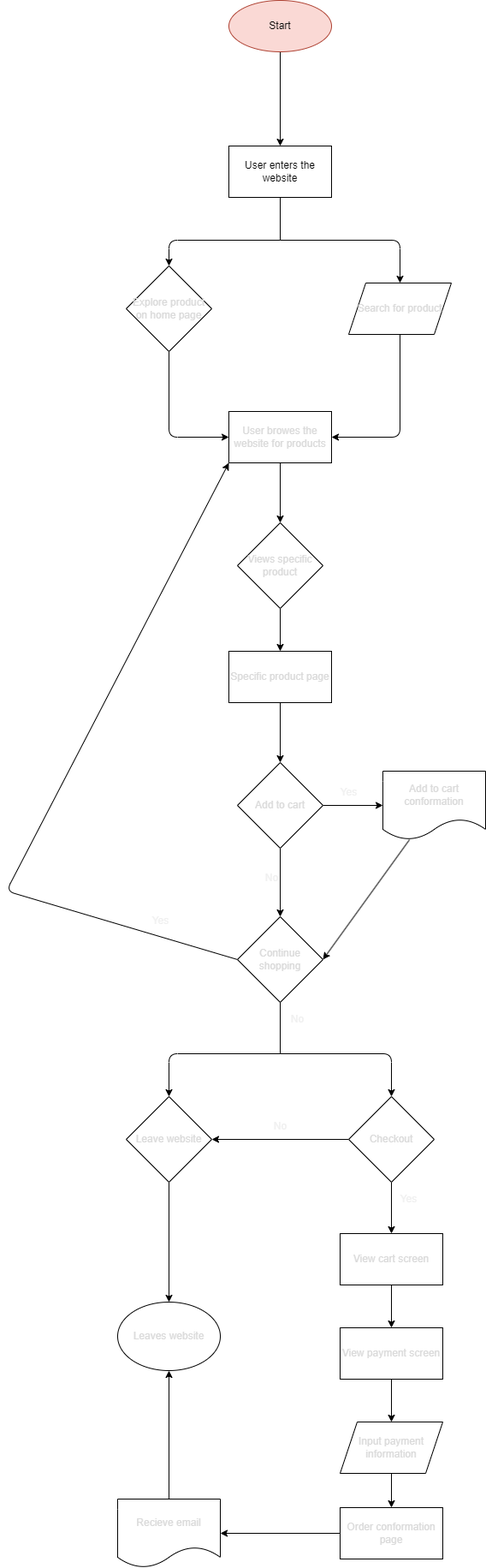
Above: explore/diagramming/diagram.drawio.png in BobbyYuuuu/sp24-cse110-lab4 (draw.io), before the change. Source tidied: cells renumbered, new cells last; positions are measured from the earlier drawing's top-left corner, leaving out a move shared by most shapes.
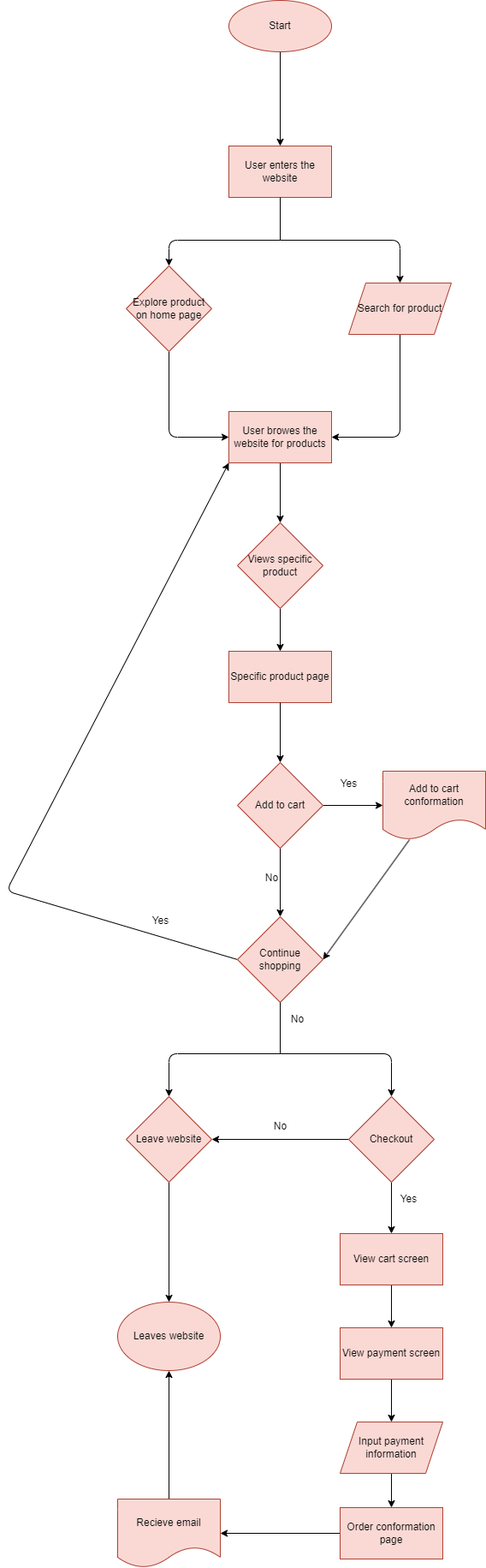
After the commit.

Change to the diagram source:
```diff
@@ -5,23 +5,23 @@
     <mxCell id="2" style="edgeStyle=none;html=1;entryX=0.5;entryY=0;entryDx=0;entryDy=0;fontColor=#080808;" parent="1" edge="1" source="3" target="4">
       <mxGeometry relative="1" as="geometry" />
     </mxCell>
-    <mxCell id="3" value="&lt;font&gt;Start&lt;/font&gt;" style="ellipse;whiteSpace=wrap;html=1;fillColor=#fad9d5;strokeColor=#ae4132;" parent="1" vertex="1">
+    <mxCell id="3" value="&lt;font&gt;Start&lt;/font&gt;" style="ellipse;whiteSpace=wrap;html=1;fillColor=#fad9d5;strokeColor=#ae4132;fontColor=#080808;" parent="1" vertex="1">
       <mxGeometry x="260" width="120" height="60" as="geometry" />
     </mxCell>
-    <mxCell id="4" value="User enters the website" style="rounded=0;whiteSpace=wrap;html=1;" parent="1" vertex="1">
+    <mxCell id="4" value="User enters the website" style="rounded=0;whiteSpace=wrap;html=1;fillColor=#fad9d5;strokeColor=#ae4132;fontColor=#080808;" parent="1" vertex="1">
       <mxGeometry x="260" y="170" width="120" height="60" as="geometry" />
     </mxCell>
-    <mxCell id="5" style="edgeStyle=none;html=1;entryX=0;entryY=0.5;entryDx=0;entryDy=0;fontColor=#DADADA;" parent="1" edge="1" source="6" target="13">
+    <mxCell id="5" style="edgeStyle=none;html=1;entryX=0;entryY=0.5;entryDx=0;entryDy=0;fontColor=#080808;" parent="1" edge="1" source="6" target="13">
       <mxGeometry relative="1" as="geometry">
         <Array as="points">
           <mxPoint x="190" y="510" />
         </Array>
       </mxGeometry>
     </mxCell>
-    <mxCell id="6" value="&lt;font color=&quot;#dadada&quot;&gt;Explore product on home page&lt;/font&gt;" style="rhombus;whiteSpace=wrap;html=1;fontColor=#080808;" parent="1" vertex="1">
+    <mxCell id="6" value="&lt;font&gt;Explore product on home page&lt;/font&gt;" style="rhombus;whiteSpace=wrap;html=1;fillColor=#fad9d5;strokeColor=#ae4132;fontColor=#080808;" parent="1" vertex="1">
       <mxGeometry x="140" y="310" width="100" height="100" as="geometry" />
     </mxCell>
-    <mxCell id="7" style="edgeStyle=none;html=1;fontColor=#DADADA;entryX=0.5;entryY=0;entryDx=0;entryDy=0;" parent="1" edge="1" target="9">
+    <mxCell id="7" style="edgeStyle=none;html=1;fontColor=#080808;entryX=0.5;entryY=0;entryDx=0;entryDy=0;" parent="1" edge="1" target="9">
       <mxGeometry relative="1" as="geometry">
         <mxPoint x="320" y="280" as="sourcePoint" />
         <Array as="points">
@@ -29,22 +29,22 @@
         </Array>
       </mxGeometry>
     </mxCell>
-    <mxCell id="8" style="edgeStyle=none;html=1;entryX=1;entryY=0.5;entryDx=0;entryDy=0;fontColor=#DADADA;" parent="1" edge="1" source="9" target="13">
+    <mxCell id="8" style="edgeStyle=none;html=1;entryX=1;entryY=0.5;entryDx=0;entryDy=0;fontColor=#080808;" parent="1" edge="1" source="9" target="13">
       <mxGeometry relative="1" as="geometry">
         <Array as="points">
           <mxPoint x="460" y="510" />
         </Array>
       </mxGeometry>
     </mxCell>
-    <mxCell id="9" value="Search for product" style="shape=parallelogram;perimeter=parallelogramPerimeter;whiteSpace=wrap;html=1;fixedSize=1;fontColor=#DADADA;" parent="1" vertex="1">
+    <mxCell id="9" value="Search for product" style="shape=parallelogram;perimeter=parallelogramPerimeter;whiteSpace=wrap;html=1;fixedSize=1;fillColor=#fad9d5;strokeColor=#ae4132;fontColor=#080808;" parent="1" vertex="1">
       <mxGeometry x="400" y="330" width="120" height="60" as="geometry" />
     </mxCell>
-    <mxCell id="10" style="endArrow=none;html=1;fontColor=#DADADA;entryX=0.5;entryY=1;entryDx=0;entryDy=0;" parent="1" edge="1" target="4">
+    <mxCell id="10" style="endArrow=none;html=1;fontColor=#080808;entryX=0.5;entryY=1;entryDx=0;entryDy=0;" parent="1" edge="1" target="4">
       <mxGeometry relative="1" as="geometry">
         <mxPoint x="320" y="280" as="sourcePoint" />
       </mxGeometry>
     </mxCell>
-    <mxCell id="11" style="edgeStyle=none;html=1;fontColor=#DADADA;entryX=0.5;entryY=0;entryDx=0;entryDy=0;" parent="1" edge="1" target="6">
+    <mxCell id="11" style="edgeStyle=none;html=1;fontColor=#080808;entryX=0.5;entryY=0;entryDx=0;entryDy=0;" parent="1" edge="1" target="6">
       <mxGeometry relative="1" as="geometry">
         <mxPoint x="320" y="280" as="sourcePoint" />
         <Array as="points">
@@ -52,64 +52,64 @@
         </Array>
       </mxGeometry>
     </mxCell>
-    <mxCell id="12" style="edgeStyle=none;html=1;entryX=0.5;entryY=0;entryDx=0;entryDy=0;fontColor=#DADADA;" parent="1" edge="1" source="13" target="15">
+    <mxCell id="12" style="edgeStyle=none;html=1;entryX=0.5;entryY=0;entryDx=0;entryDy=0;fontColor=#080808;" parent="1" edge="1" source="13" target="15">
       <mxGeometry relative="1" as="geometry" />
     </mxCell>
-    <mxCell id="13" value="User browes the website for products" style="rounded=0;whiteSpace=wrap;html=1;fontColor=#DADADA;" parent="1" vertex="1">
+    <mxCell id="13" value="User browes the website for products" style="rounded=0;whiteSpace=wrap;html=1;fillColor=#fad9d5;strokeColor=#ae4132;fontColor=#080808;" parent="1" vertex="1">
       <mxGeometry x="260" y="480" width="120" height="60" as="geometry" />
     </mxCell>
-    <mxCell id="14" style="edgeStyle=none;html=1;fontColor=#DADADA;" parent="1" edge="1" source="15" target="31">
+    <mxCell id="14" style="edgeStyle=none;html=1;fontColor=#080808;" parent="1" edge="1" source="15" target="31">
       <mxGeometry relative="1" as="geometry" />
     </mxCell>
-    <mxCell id="15" value="Views specific product" style="rhombus;whiteSpace=wrap;html=1;fontColor=#DADADA;" parent="1" vertex="1">
+    <mxCell id="15" value="Views specific product" style="rhombus;whiteSpace=wrap;html=1;fillColor=#fad9d5;strokeColor=#ae4132;fontColor=#080808;" parent="1" vertex="1">
       <mxGeometry x="270" y="610" width="100" height="100" as="geometry" />
     </mxCell>
-    <mxCell id="16" style="edgeStyle=none;html=1;fontColor=#DADADA;" parent="1" edge="1" source="18" target="20">
+    <mxCell id="16" style="edgeStyle=none;html=1;fontColor=#080808;" parent="1" edge="1" source="18" target="20">
       <mxGeometry relative="1" as="geometry" />
     </mxCell>
-    <mxCell id="17" style="edgeStyle=none;html=1;fontColor=#DADADA;" parent="1" edge="1" source="18" target="22">
+    <mxCell id="17" style="edgeStyle=none;html=1;fontColor=#080808;" parent="1" edge="1" source="18" target="22">
       <mxGeometry relative="1" as="geometry" />
     </mxCell>
-    <mxCell id="18" value="Add to cart" style="rhombus;whiteSpace=wrap;html=1;fontColor=#DADADA;" parent="1" vertex="1">
+    <mxCell id="18" value="Add to cart" style="rhombus;whiteSpace=wrap;html=1;fillColor=#fad9d5;strokeColor=#ae4132;fontColor=#080808;" parent="1" vertex="1">
       <mxGeometry x="270" y="890" width="100" height="100" as="geometry" />
     </mxCell>
-    <mxCell id="19" style="edgeStyle=none;html=1;entryX=0;entryY=1;entryDx=0;entryDy=0;fontColor=#DADADA;exitX=0;exitY=0.5;exitDx=0;exitDy=0;" parent="1" edge="1" source="20" target="13">
+    <mxCell id="19" style="edgeStyle=none;html=1;entryX=0;entryY=1;entryDx=0;entryDy=0;fontColor=#080808;exitX=0;exitY=0.5;exitDx=0;exitDy=0;" parent="1" edge="1" source="20" target="13">
       <mxGeometry relative="1" as="geometry">
         <Array as="points">
           <mxPoint y="1040" />
         </Array>
       </mxGeometry>
     </mxCell>
-    <mxCell id="20" value="Continue shopping" style="rhombus;whiteSpace=wrap;html=1;fontColor=#DADADA;" parent="1" vertex="1">
+    <mxCell id="20" value="Continue shopping" style="rhombus;whiteSpace=wrap;html=1;fillColor=#fad9d5;strokeColor=#ae4132;fontColor=#080808;" parent="1" vertex="1">
       <mxGeometry x="270" y="1070" width="100" height="100" as="geometry" />
     </mxCell>
-    <mxCell id="21" style="edgeStyle=none;html=1;entryX=1;entryY=0.5;entryDx=0;entryDy=0;fontColor=#DADADA;" parent="1" edge="1" source="22" target="20">
+    <mxCell id="21" style="edgeStyle=none;html=1;entryX=1;entryY=0.5;entryDx=0;entryDy=0;fontColor=#080808;" parent="1" edge="1" source="22" target="20">
       <mxGeometry relative="1" as="geometry" />
     </mxCell>
-    <mxCell id="22" value="Add to cart conformation" style="shape=document;whiteSpace=wrap;html=1;boundedLbl=1;fontColor=#DADADA;" parent="1" vertex="1">
+    <mxCell id="22" value="Add to cart conformation" style="shape=document;whiteSpace=wrap;html=1;boundedLbl=1;fillColor=#fad9d5;strokeColor=#ae4132;fontColor=#080808;" parent="1" vertex="1">
       <mxGeometry x="440" y="900" width="120" height="80" as="geometry" />
     </mxCell>
-    <mxCell id="23" style="edgeStyle=none;html=1;entryX=0.5;entryY=0;entryDx=0;entryDy=0;fontColor=#DADADA;" parent="1" edge="1" source="24" target="43">
+    <mxCell id="23" style="edgeStyle=none;html=1;entryX=0.5;entryY=0;entryDx=0;entryDy=0;fontColor=#080808;" parent="1" edge="1" source="24" target="43">
       <mxGeometry relative="1" as="geometry" />
     </mxCell>
-    <mxCell id="24" value="Leave website" style="rhombus;whiteSpace=wrap;html=1;fontColor=#DADADA;" parent="1" vertex="1">
+    <mxCell id="24" value="Leave website" style="rhombus;whiteSpace=wrap;html=1;fillColor=#fad9d5;strokeColor=#ae4132;fontColor=#080808;" parent="1" vertex="1">
       <mxGeometry x="140" y="1280" width="100" height="100" as="geometry" />
     </mxCell>
-    <mxCell id="25" style="edgeStyle=none;html=1;fontColor=#DADADA;" parent="1" edge="1" source="27" target="34">
+    <mxCell id="25" style="edgeStyle=none;html=1;fontColor=#080808;" parent="1" edge="1" source="27" target="34">
       <mxGeometry relative="1" as="geometry" />
     </mxCell>
-    <mxCell id="26" style="edgeStyle=none;html=1;entryX=1;entryY=0.5;entryDx=0;entryDy=0;fontColor=#DADADA;" parent="1" edge="1" source="27" target="24">
+    <mxCell id="26" style="edgeStyle=none;html=1;entryX=1;entryY=0.5;entryDx=0;entryDy=0;fontColor=#080808;" parent="1" edge="1" source="27" target="24">
       <mxGeometry relative="1" as="geometry" />
     </mxCell>
-    <mxCell id="27" value="Checkout" style="rhombus;whiteSpace=wrap;html=1;fontColor=#DADADA;" parent="1" vertex="1">
+    <mxCell id="27" value="Checkout" style="rhombus;whiteSpace=wrap;html=1;fillColor=#fad9d5;strokeColor=#ae4132;fontColor=#080808;" parent="1" vertex="1">
       <mxGeometry x="400" y="1280" width="100" height="100" as="geometry" />
     </mxCell>
-    <mxCell id="28" style="endArrow=none;html=1;fontColor=#DADADA;exitX=0.5;exitY=1;exitDx=0;exitDy=0;" parent="1" edge="1" source="20">
+    <mxCell id="28" style="endArrow=none;html=1;fontColor=#080808;exitX=0.5;exitY=1;exitDx=0;exitDy=0;" parent="1" edge="1" source="20">
       <mxGeometry relative="1" as="geometry">
         <mxPoint x="320" y="1230" as="targetPoint" />
       </mxGeometry>
     </mxCell>
-    <mxCell id="29" style="endArrow=classic;html=1;fontColor=#DADADA;entryX=0.5;entryY=0;entryDx=0;entryDy=0;" parent="1" edge="1" target="27">
+    <mxCell id="29" style="endArrow=classic;html=1;fontColor=#080808;entryX=0.5;entryY=0;entryDx=0;entryDy=0;" parent="1" edge="1" target="27">
       <mxGeometry relative="1" as="geometry">
         <mxPoint x="320" y="1230" as="sourcePoint" />
         <Array as="points">
@@ -117,7 +117,7 @@
         </Array>
       </mxGeometry>
     </mxCell>
-    <mxCell id="30" style="endArrow=classic;html=1;fontColor=#DADADA;entryX=0.5;entryY=0;entryDx=0;entryDy=0;" parent="1" edge="1" target="24">
+    <mxCell id="30" style="endArrow=classic;html=1;fontColor=#080808;entryX=0.5;entryY=0;entryDx=0;entryDy=0;" parent="1" edge="1" target="24">
       <mxGeometry relative="1" as="geometry">
         <mxPoint x="320" y="1230" as="sourcePoint" />
         <Array as="points">
@@ -125,61 +125,61 @@
         </Array>
       </mxGeometry>
     </mxCell>
-    <mxCell id="31" value="Specific product page" style="rounded=0;whiteSpace=wrap;html=1;fontColor=#DADADA;" parent="1" vertex="1">
+    <mxCell id="31" value="Specific product page" style="rounded=0;whiteSpace=wrap;html=1;fillColor=#fad9d5;strokeColor=#ae4132;fontColor=#080808;" parent="1" vertex="1">
       <mxGeometry x="260" y="760" width="120" height="60" as="geometry" />
     </mxCell>
-    <mxCell id="32" style="edgeStyle=none;html=1;fontColor=#DADADA;exitX=0.5;exitY=1;exitDx=0;exitDy=0;entryX=0.5;entryY=0;entryDx=0;entryDy=0;" parent="1" edge="1" source="31" target="18">
+    <mxCell id="32" style="edgeStyle=none;html=1;fontColor=#080808;exitX=0.5;exitY=1;exitDx=0;exitDy=0;entryX=0.5;entryY=0;entryDx=0;entryDy=0;" parent="1" edge="1" source="31" target="18">
       <mxGeometry relative="1" as="geometry" />
     </mxCell>
-    <mxCell id="33" style="edgeStyle=none;html=1;fontColor=#DADADA;" parent="1" edge="1" source="34" target="36">
+    <mxCell id="33" style="edgeStyle=none;html=1;fontColor=#080808;" parent="1" edge="1" source="34" target="36">
       <mxGeometry relative="1" as="geometry" />
     </mxCell>
-    <mxCell id="34" value="View cart screen" style="whiteSpace=wrap;html=1;fontColor=#DADADA;" parent="1" vertex="1">
+    <mxCell id="34" value="View cart screen" style="whiteSpace=wrap;html=1;fillColor=#fad9d5;strokeColor=#ae4132;fontColor=#080808;" parent="1" vertex="1">
       <mxGeometry x="390" y="1440" width="120" height="60" as="geometry" />
     </mxCell>
-    <mxCell id="35" style="edgeStyle=none;html=1;fontColor=#DADADA;" parent="1" edge="1" source="36" target="38">
+    <mxCell id="35" style="edgeStyle=none;html=1;fontColor=#080808;" parent="1" edge="1" source="36" target="38">
       <mxGeometry relative="1" as="geometry" />
     </mxCell>
-    <mxCell id="36" value="View payment screen" style="whiteSpace=wrap;html=1;fontColor=#DADADA;" parent="1" vertex="1">
+    <mxCell id="36" value="View payment screen" style="whiteSpace=wrap;html=1;fillColor=#fad9d5;strokeColor=#ae4132;fontColor=#080808;" parent="1" vertex="1">
       <mxGeometry x="390" y="1550" width="120" height="60" as="geometry" />
     </mxCell>
-    <mxCell id="37" style="edgeStyle=none;html=1;fontColor=#DADADA;" parent="1" edge="1" source="38" target="40">
+    <mxCell id="37" style="edgeStyle=none;html=1;fontColor=#080808;" parent="1" edge="1" source="38" target="40">
       <mxGeometry relative="1" as="geometry" />
     </mxCell>
-    <mxCell id="38" value="Input payment information" style="shape=parallelogram;perimeter=parallelogramPerimeter;whiteSpace=wrap;html=1;fixedSize=1;fontColor=#DADADA;" parent="1" vertex="1">
+    <mxCell id="38" value="Input payment information" style="shape=parallelogram;perimeter=parallelogramPerimeter;whiteSpace=wrap;html=1;fixedSize=1;fillColor=#fad9d5;strokeColor=#ae4132;fontColor=#080808;" parent="1" vertex="1">
       <mxGeometry x="390" y="1660" width="120" height="60" as="geometry" />
     </mxCell>
-    <mxCell id="39" style="edgeStyle=none;html=1;fontColor=#DADADA;" parent="1" edge="1" source="40" target="42">
+    <mxCell id="39" style="edgeStyle=none;html=1;fontColor=#080808;" parent="1" edge="1" source="40" target="42">
       <mxGeometry relative="1" as="geometry" />
     </mxCell>
-    <mxCell id="40" value="Order conformation page" style="whiteSpace=wrap;html=1;fontColor=#DADADA;" parent="1" vertex="1">
+    <mxCell id="40" value="Order conformation page" style="whiteSpace=wrap;html=1;fillColor=#fad9d5;strokeColor=#ae4132;fontColor=#080808;" parent="1" vertex="1">
       <mxGeometry x="390" y="1760" width="120" height="60" as="geometry" />
     </mxCell>
-    <mxCell id="41" style="edgeStyle=none;html=1;entryX=0.5;entryY=1;entryDx=0;entryDy=0;fontColor=#DADADA;" parent="1" edge="1" source="42" target="43">
+    <mxCell id="41" style="edgeStyle=none;html=1;entryX=0.5;entryY=1;entryDx=0;entryDy=0;fontColor=#080808;" parent="1" edge="1" source="42" target="43">
       <mxGeometry relative="1" as="geometry" />
     </mxCell>
-    <mxCell id="42" value="Recieve email" style="shape=document;whiteSpace=wrap;html=1;boundedLbl=1;fontColor=#DADADA;" parent="1" vertex="1">
+    <mxCell id="42" value="Recieve email" style="shape=document;whiteSpace=wrap;html=1;boundedLbl=1;fillColor=#fad9d5;strokeColor=#ae4132;fontColor=#080808;" parent="1" vertex="1">
       <mxGeometry x="130" y="1750" width="120" height="80" as="geometry" />
     </mxCell>
-    <mxCell id="43" value="Leaves website" style="ellipse;whiteSpace=wrap;html=1;fontColor=#DADADA;" parent="1" vertex="1">
+    <mxCell id="43" value="Leaves website" style="ellipse;whiteSpace=wrap;html=1;fillColor=#fad9d5;strokeColor=#ae4132;fontColor=#080808;" parent="1" vertex="1">
       <mxGeometry x="130" y="1520" width="120" height="80" as="geometry" />
     </mxCell>
-    <mxCell id="44" value="Yes" style="text;html=1;align=center;verticalAlign=middle;strokeColor=none;fillColor=none;fontColor=#F0F0F0;" parent="1" vertex="1">
-      <mxGeometry x="380" y="910" width="40" height="30" as="geometry" />
+    <mxCell id="44" value="&lt;font color=&quot;#080808&quot;&gt;Yes&lt;/font&gt;" style="text;html=1;align=center;verticalAlign=middle;" parent="1" vertex="1">
+      <mxGeometry x="380" y="900" width="40" height="30" as="geometry" />
     </mxCell>
-    <mxCell id="45" value="No" style="text;html=1;align=center;verticalAlign=middle;strokeColor=none;fillColor=none;fontColor=#F0F0F0;" parent="1" vertex="1">
+    <mxCell id="45" value="No" style="text;html=1;align=center;verticalAlign=middle;fontColor=#080808;" parent="1" vertex="1">
       <mxGeometry x="290" y="1010" width="40" height="30" as="geometry" />
     </mxCell>
-    <mxCell id="46" value="Yes" style="text;html=1;align=center;verticalAlign=middle;strokeColor=none;fillColor=none;fontColor=#F0F0F0;" parent="1" vertex="1">
+    <mxCell id="46" value="Yes" style="text;html=1;align=center;verticalAlign=middle;fontColor=#080808;" parent="1" vertex="1">
       <mxGeometry x="160" y="1060" width="40" height="30" as="geometry" />
     </mxCell>
-    <mxCell id="47" value="No" style="text;html=1;align=center;verticalAlign=middle;strokeColor=none;fillColor=none;fontColor=#F0F0F0;" parent="1" vertex="1">
+    <mxCell id="47" value="No" style="text;html=1;align=center;verticalAlign=middle;fontColor=#080808;" parent="1" vertex="1">
       <mxGeometry x="320" y="1175" width="40" height="30" as="geometry" />
     </mxCell>
-    <mxCell id="48" value="Yes" style="text;html=1;align=center;verticalAlign=middle;strokeColor=none;fillColor=none;fontColor=#F0F0F0;" parent="1" vertex="1">
+    <mxCell id="48" value="Yes" style="text;html=1;align=center;verticalAlign=middle;fontColor=#080808;" parent="1" vertex="1">
       <mxGeometry x="450" y="1385" width="40" height="30" as="geometry" />
     </mxCell>
-    <mxCell id="49" value="No" style="text;html=1;align=center;verticalAlign=middle;strokeColor=none;fillColor=none;fontColor=#F0F0F0;" parent="1" vertex="1">
+    <mxCell id="49" value="No" style="text;html=1;align=center;verticalAlign=middle;fontColor=#080808;" parent="1" vertex="1">
       <mxGeometry x="300" y="1300" width="40" height="30" as="geometry" />
     </mxCell>
   </root>
```
